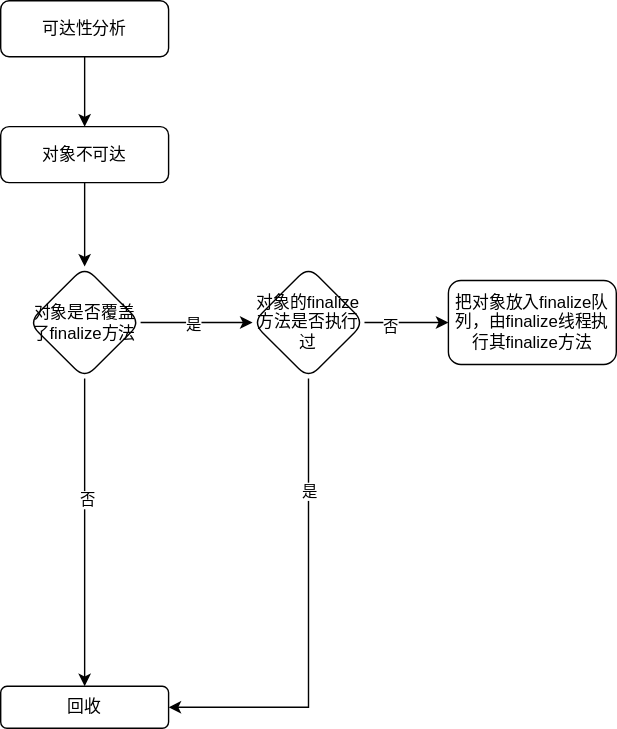
Above: object-finalize.svg in chaolinye/draw (draw.io), before the change. Source tidied: cells renumbered, new cells last; positions are measured from the earlier drawing's top-left corner, leaving out a move shared by most shapes. Source of this version:
```xml
<mxGraphModel>
  <root>
    <mxCell id="0" />
    <mxCell id="1" parent="0" />
    <mxCell id="2" style="edgeStyle=orthogonalEdgeStyle;rounded=0;jettySize=auto;html=1;" parent="1" edge="1" source="3" target="5">
      <mxGeometry relative="1" as="geometry" />
    </mxCell>
    <mxCell id="3" value="可达性分析" style="rounded=1;whiteSpace=wrap;html=1;" parent="1" vertex="1">
      <mxGeometry width="120" height="40" as="geometry" />
    </mxCell>
    <mxCell id="4" style="edgeStyle=orthogonalEdgeStyle;rounded=0;jettySize=auto;html=1;" parent="1" edge="1" source="5" target="10">
      <mxGeometry relative="1" as="geometry" />
    </mxCell>
    <mxCell id="5" value="对象不可达" style="rounded=1;whiteSpace=wrap;html=1;" parent="1" vertex="1">
      <mxGeometry y="90" width="120" height="40" as="geometry" />
    </mxCell>
    <mxCell id="6" style="edgeStyle=orthogonalEdgeStyle;rounded=0;jettySize=auto;html=1;" parent="1" edge="1" source="10" target="11">
      <mxGeometry relative="1" as="geometry" />
    </mxCell>
    <mxCell id="7" value="否" style="edgeLabel;html=1;align=center;verticalAlign=middle;" parent="6" vertex="1">
      <mxGeometry x="-0.22" y="1" relative="1" as="geometry" />
    </mxCell>
    <mxCell id="8" style="edgeStyle=orthogonalEdgeStyle;rounded=0;jettySize=auto;html=1;" parent="1" edge="1" source="10" target="16">
      <mxGeometry relative="1" as="geometry" />
    </mxCell>
    <mxCell id="9" value="是" style="edgeLabel;html=1;align=center;verticalAlign=middle;" parent="8" vertex="1">
      <mxGeometry x="-0.07" y="-1" relative="1" as="geometry" />
    </mxCell>
    <mxCell id="10" value="对象是否覆盖了finalize方法" style="rhombus;whiteSpace=wrap;html=1;rounded=1;" parent="1" vertex="1">
      <mxGeometry x="20" y="190" width="80" height="80" as="geometry" />
    </mxCell>
    <mxCell id="11" value="回收" style="whiteSpace=wrap;html=1;rounded=1;" parent="1" vertex="1">
      <mxGeometry y="490" width="120" height="30" as="geometry" />
    </mxCell>
    <mxCell id="12" style="edgeStyle=orthogonalEdgeStyle;rounded=0;jettySize=auto;html=1;entryX=1;entryY=0.5;entryDx=0;entryDy=0;" parent="1" edge="1" source="16" target="11">
      <mxGeometry relative="1" as="geometry">
        <Array as="points">
          <mxPoint x="220" y="505" />
        </Array>
      </mxGeometry>
    </mxCell>
    <mxCell id="13" value="是" style="edgeLabel;html=1;align=center;verticalAlign=middle;" parent="12" vertex="1">
      <mxGeometry x="-0.52" relative="1" as="geometry" />
    </mxCell>
    <mxCell id="14" style="edgeStyle=orthogonalEdgeStyle;rounded=0;jettySize=auto;html=1;" parent="1" edge="1" source="16" target="17">
      <mxGeometry relative="1" as="geometry" />
    </mxCell>
    <mxCell id="15" value="否" style="edgeLabel;html=1;align=center;verticalAlign=middle;" parent="14" vertex="1">
      <mxGeometry x="-0.4" y="-2" relative="1" as="geometry" />
    </mxCell>
    <mxCell id="16" value="对象的finalize方法是否执行过" style="rhombus;whiteSpace=wrap;html=1;rounded=1;" parent="1" vertex="1">
      <mxGeometry x="180" y="190" width="80" height="80" as="geometry" />
    </mxCell>
    <mxCell id="17" value="把对象放入finalize队列，由finalize线程执行其finalize方法" style="whiteSpace=wrap;html=1;rounded=1;" parent="1" vertex="1">
      <mxGeometry x="320" y="200" width="120" height="60" as="geometry" />
    </mxCell>
  </root>
</mxGraphModel>
```
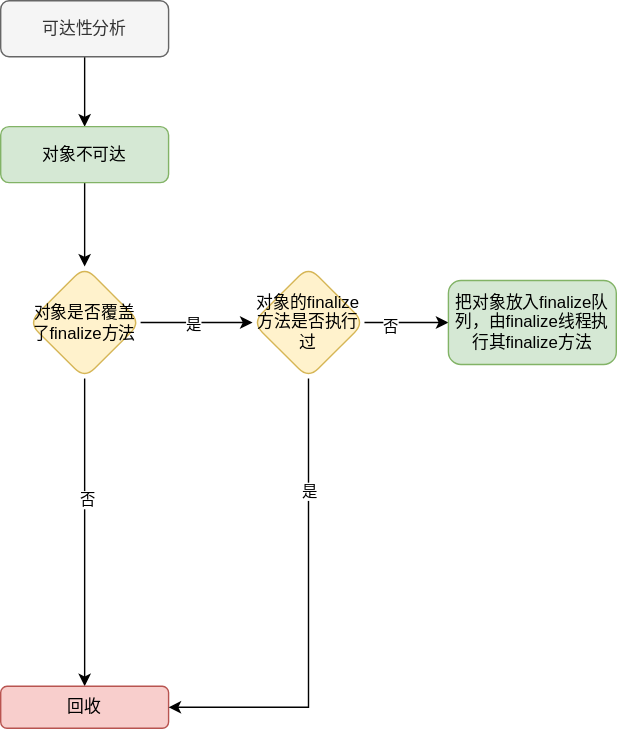
The same diagram one commit later.

Diff of the diagram source:
```diff
@@ -5,13 +5,13 @@
     <mxCell id="2" style="edgeStyle=orthogonalEdgeStyle;rounded=0;jettySize=auto;html=1;" parent="1" edge="1" source="3" target="5">
       <mxGeometry relative="1" as="geometry" />
     </mxCell>
-    <mxCell id="3" value="可达性分析" style="rounded=1;whiteSpace=wrap;html=1;" parent="1" vertex="1">
+    <mxCell id="3" value="可达性分析" style="rounded=1;whiteSpace=wrap;html=1;fillColor=#f5f5f5;strokeColor=#666666;fontColor=#333333;" parent="1" vertex="1">
       <mxGeometry width="120" height="40" as="geometry" />
     </mxCell>
     <mxCell id="4" style="edgeStyle=orthogonalEdgeStyle;rounded=0;jettySize=auto;html=1;" parent="1" edge="1" source="5" target="10">
       <mxGeometry relative="1" as="geometry" />
     </mxCell>
-    <mxCell id="5" value="对象不可达" style="rounded=1;whiteSpace=wrap;html=1;" parent="1" vertex="1">
+    <mxCell id="5" value="对象不可达" style="rounded=1;whiteSpace=wrap;html=1;fillColor=#d5e8d4;strokeColor=#82b366;" parent="1" vertex="1">
       <mxGeometry y="90" width="120" height="40" as="geometry" />
     </mxCell>
     <mxCell id="6" style="edgeStyle=orthogonalEdgeStyle;rounded=0;jettySize=auto;html=1;" parent="1" edge="1" source="10" target="11">
@@ -26,10 +26,10 @@
     <mxCell id="9" value="是" style="edgeLabel;html=1;align=center;verticalAlign=middle;" parent="8" vertex="1">
       <mxGeometry x="-0.07" y="-1" relative="1" as="geometry" />
     </mxCell>
-    <mxCell id="10" value="对象是否覆盖了finalize方法" style="rhombus;whiteSpace=wrap;html=1;rounded=1;" parent="1" vertex="1">
+    <mxCell id="10" value="对象是否覆盖了finalize方法" style="rhombus;whiteSpace=wrap;html=1;rounded=1;fillColor=#fff2cc;strokeColor=#d6b656;" parent="1" vertex="1">
       <mxGeometry x="20" y="190" width="80" height="80" as="geometry" />
     </mxCell>
-    <mxCell id="11" value="回收" style="whiteSpace=wrap;html=1;rounded=1;" parent="1" vertex="1">
+    <mxCell id="11" value="回收" style="whiteSpace=wrap;html=1;rounded=1;fillColor=#f8cecc;strokeColor=#b85450;" parent="1" vertex="1">
       <mxGeometry y="490" width="120" height="30" as="geometry" />
     </mxCell>
     <mxCell id="12" style="edgeStyle=orthogonalEdgeStyle;rounded=0;jettySize=auto;html=1;entryX=1;entryY=0.5;entryDx=0;entryDy=0;" parent="1" edge="1" source="16" target="11">
@@ -48,10 +48,10 @@
     <mxCell id="15" value="否" style="edgeLabel;html=1;align=center;verticalAlign=middle;" parent="14" vertex="1">
       <mxGeometry x="-0.4" y="-2" relative="1" as="geometry" />
     </mxCell>
-    <mxCell id="16" value="对象的finalize方法是否执行过" style="rhombus;whiteSpace=wrap;html=1;rounded=1;" parent="1" vertex="1">
+    <mxCell id="16" value="对象的finalize方法是否执行过" style="rhombus;whiteSpace=wrap;html=1;rounded=1;fillColor=#fff2cc;strokeColor=#d6b656;" parent="1" vertex="1">
       <mxGeometry x="180" y="190" width="80" height="80" as="geometry" />
     </mxCell>
-    <mxCell id="17" value="把对象放入finalize队列，由finalize线程执行其finalize方法" style="whiteSpace=wrap;html=1;rounded=1;" parent="1" vertex="1">
+    <mxCell id="17" value="把对象放入finalize队列，由finalize线程执行其finalize方法" style="whiteSpace=wrap;html=1;rounded=1;fillColor=#d5e8d4;strokeColor=#82b366;" parent="1" vertex="1">
       <mxGeometry x="320" y="200" width="120" height="60" as="geometry" />
     </mxCell>
   </root>
```
